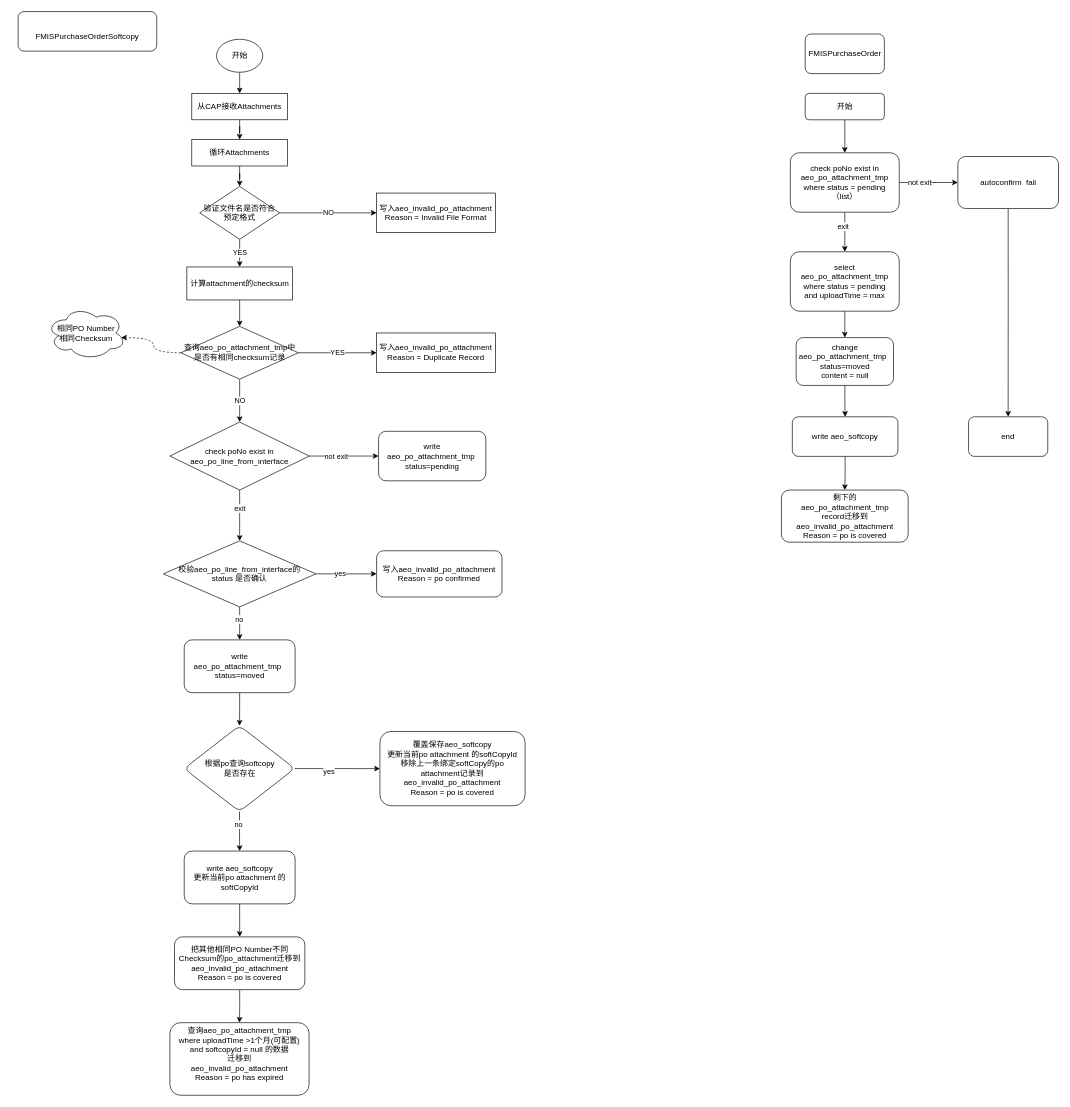
This is po_atta.drawio from 1119132473/doc, a draw.io file, before an edit. Source tidied: cells renumbered, new cells numbered last; positions are measured from the earlier drawing's top-left corner, leaving out a move shared by most shapes. Both pictures are drawn from the tidied source at 66%, with x=0, y=0 at pixel (18, 11).
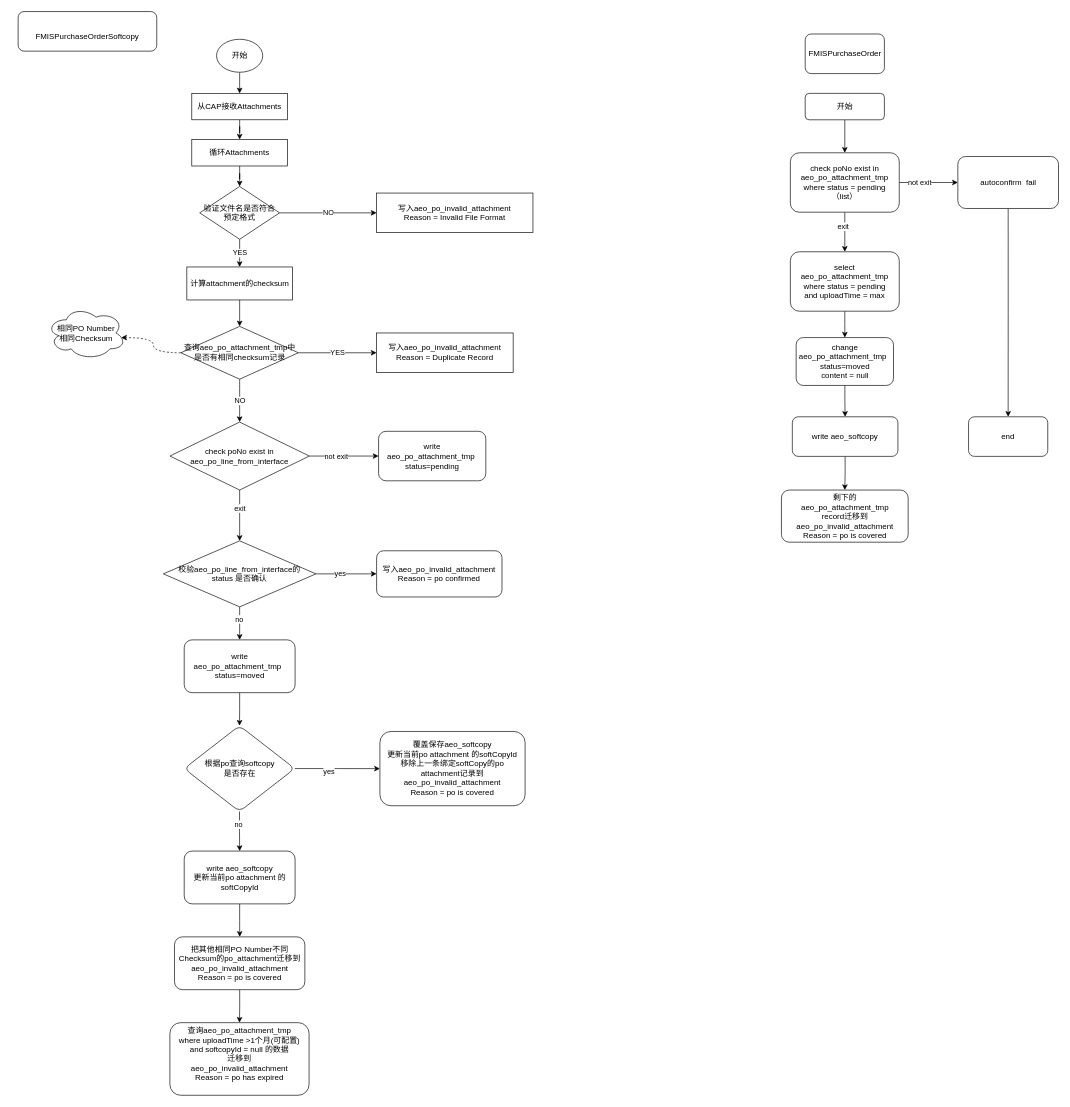
The same diagram, later.

What changed in the source:
```diff
@@
-    <mxCell id="27" value="写入aeo_invalid_po_attachment&lt;br&gt;Reason = Invalid File Format" style="rounded=0;whiteSpace=wrap;html=1;" parent="1" vertex="1">
-      <mxGeometry x="543.1" y="275" width="180" height="60" as="geometry" />
+    <mxCell id="27" value="写入aeo_po_invalid_attachment&lt;br&gt;Reason = Invalid File Format" style="rounded=0;whiteSpace=wrap;html=1;" parent="1" vertex="1">
+      <mxGeometry x="543.1" y="275" width="236.9" height="60" as="geometry" />
     </mxCell>
@@
-    <mxCell id="35" value="写入aeo_invalid_po_attachment&lt;br&gt;Reason = Duplicate Record" style="rounded=0;whiteSpace=wrap;html=1;" parent="1" vertex="1">
-      <mxGeometry x="543.1" y="487" width="180" height="60" as="geometry" />
+    <mxCell id="35" value="写入aeo_po_invalid_attachment&lt;br&gt;Reason = Duplicate Record" style="rounded=0;whiteSpace=wrap;html=1;" parent="1" vertex="1">
+      <mxGeometry x="543.1" y="487" width="206.9" height="60" as="geometry" />
     </mxCell>
@@
-    <mxCell id="47" value="写入aeo_invalid_po_attachment&lt;br&gt;Reason = &lt;span class=&quot;HwtZe&quot; lang=&quot;en&quot;&gt;&lt;span class=&quot;jCAhz ChMk0b&quot;&gt;&lt;span class=&quot;ryNqvb&quot;&gt;po confirmed&lt;/span&gt;&lt;/span&gt;&lt;/span&gt; " style="rounded=1;whiteSpace=wrap;html=1;" parent="1" vertex="1">
+    <mxCell id="47" value="写入aeo_po_invalid_attachment&lt;br&gt;Reason = &lt;span class=&quot;HwtZe&quot; lang=&quot;en&quot;&gt;&lt;span class=&quot;jCAhz ChMk0b&quot;&gt;&lt;span class=&quot;ryNqvb&quot;&gt;po confirmed&lt;/span&gt;&lt;/span&gt;&lt;/span&gt; " style="rounded=1;whiteSpace=wrap;html=1;" parent="1" vertex="1">
       <mxGeometry x="543.1" y="817" width="190" height="70" as="geometry" />
     </mxCell>
@@
-    <mxCell id="55" value="&lt;div&gt;覆盖保存aeo_softcopy&lt;/div&gt;&lt;div&gt;更新当前po attachment 的softCopyId&lt;/div&gt;&lt;div&gt;移除上一条绑定softCopy的po attachment记录到&lt;/div&gt;&lt;div&gt;aeo_invalid_po_attachment&lt;br&gt;Reason = &lt;span class=&quot;HwtZe&quot; lang=&quot;en&quot;&gt;&lt;span class=&quot;jCAhz ChMk0b&quot;&gt;&lt;span class=&quot;ryNqvb&quot;&gt;po is covered&lt;/span&gt;&lt;/span&gt;&lt;/span&gt;&lt;/div&gt;" style="rounded=1;whiteSpace=wrap;html=1;" parent="1" vertex="1">
+    <mxCell id="55" value="&lt;div&gt;覆盖保存aeo_softcopy&lt;/div&gt;&lt;div&gt;更新当前po attachment 的softCopyId&lt;/div&gt;&lt;div&gt;移除上一条绑定softCopy的po attachment记录到&lt;/div&gt;&lt;div&gt;aeo_po_invalid_attachment&lt;br&gt;Reason = &lt;span class=&quot;HwtZe&quot; lang=&quot;en&quot;&gt;&lt;span class=&quot;jCAhz ChMk0b&quot;&gt;&lt;span class=&quot;ryNqvb&quot;&gt;po is covered&lt;/span&gt;&lt;/span&gt;&lt;/span&gt;&lt;/div&gt;" style="rounded=1;whiteSpace=wrap;html=1;" parent="1" vertex="1">
       <mxGeometry x="548.1" y="1090.8" width="220" height="112.5" as="geometry" />
     </mxCell>
@@
-    <mxCell id="58" value="&lt;div&gt;查询aeo_po_attachment_tmp &lt;br&gt;&lt;/div&gt;&lt;div&gt;where uploadTime &amp;gt;1个月(可配置)&lt;/div&gt;&lt;div&gt;and softcopyId = null 的数据&lt;/div&gt;&lt;div&gt;迁移到&lt;/div&gt;&lt;div&gt;aeo_invalid_po_attachment&lt;br&gt;Reason = &lt;span class=&quot;HwtZe&quot; lang=&quot;en&quot;&gt;&lt;span class=&quot;jCAhz ChMk0b&quot;&gt;&lt;span class=&quot;ryNqvb&quot;&gt;po has expired&lt;/span&gt;&lt;/span&gt;&lt;/span&gt;&lt;/div&gt;&lt;div&gt;&lt;br&gt;&lt;/div&gt;" style="rounded=1;whiteSpace=wrap;html=1;" parent="1" vertex="1">
+    <mxCell id="58" value="&lt;div&gt;查询aeo_po_attachment_tmp &lt;br&gt;&lt;/div&gt;&lt;div&gt;where uploadTime &amp;gt;1个月(可配置)&lt;/div&gt;&lt;div&gt;and softcopyId = null 的数据&lt;/div&gt;&lt;div&gt;迁移到&lt;/div&gt;&lt;div&gt;aeo_po_invalid_attachment&lt;br&gt;Reason = &lt;span class=&quot;HwtZe&quot; lang=&quot;en&quot;&gt;&lt;span class=&quot;jCAhz ChMk0b&quot;&gt;&lt;span class=&quot;ryNqvb&quot;&gt;po has expired&lt;/span&gt;&lt;/span&gt;&lt;/span&gt;&lt;/div&gt;&lt;div&gt;&lt;br&gt;&lt;/div&gt;" style="rounded=1;whiteSpace=wrap;html=1;" parent="1" vertex="1">
       <mxGeometry x="229.9" y="1532" width="210.9" height="110" as="geometry" />
     </mxCell>
@@
-    <mxCell id="62" value="把其他相同PO Number不同Checksum的po_attachment迁移到aeo_invalid_po_attachment&lt;br&gt;Reason = &lt;span class=&quot;HwtZe&quot; lang=&quot;en&quot;&gt;&lt;span class=&quot;jCAhz ChMk0b&quot;&gt;&lt;span class=&quot;ryNqvb&quot;&gt;po is covered&lt;/span&gt;&lt;/span&gt;&lt;/span&gt;" style="rounded=1;whiteSpace=wrap;html=1;" parent="1" vertex="1">
+    <mxCell id="62" value="把其他相同PO Number不同Checksum的po_attachment迁移到aeo_po_invalid_attachment&lt;br&gt;Reason = &lt;span class=&quot;HwtZe&quot; lang=&quot;en&quot;&gt;&lt;span class=&quot;jCAhz ChMk0b&quot;&gt;&lt;span class=&quot;ryNqvb&quot;&gt;po is covered&lt;/span&gt;&lt;/span&gt;&lt;/span&gt;" style="rounded=1;whiteSpace=wrap;html=1;" parent="1" vertex="1">
       <mxGeometry x="236.9" y="1402" width="197.5" height="80" as="geometry" />
     </mxCell>
-    <mxCell id="63" value="&lt;div&gt;剩下的&lt;/div&gt;&lt;div&gt;aeo_po_attachment_tmp&lt;/div&gt;&lt;div&gt;record迁移到aeo_invalid_po_attachment&lt;br&gt;Reason = &lt;span class=&quot;HwtZe&quot; lang=&quot;en&quot;&gt;&lt;span class=&quot;jCAhz ChMk0b&quot;&gt;&lt;span class=&quot;ryNqvb&quot;&gt;po is covered&lt;/span&gt;&lt;/span&gt;&lt;/span&gt;&lt;/div&gt;" style="whiteSpace=wrap;html=1;rounded=1;" parent="1" vertex="1">
+    <mxCell id="63" value="&lt;div&gt;剩下的&lt;/div&gt;&lt;div&gt;aeo_po_attachment_tmp&lt;/div&gt;&lt;div&gt;record迁移到aeo_po_invalid_attachment&lt;br&gt;Reason = &lt;span class=&quot;HwtZe&quot; lang=&quot;en&quot;&gt;&lt;span class=&quot;jCAhz ChMk0b&quot;&gt;&lt;span class=&quot;ryNqvb&quot;&gt;po is covered&lt;/span&gt;&lt;/span&gt;&lt;/span&gt;&lt;/div&gt;" style="whiteSpace=wrap;html=1;rounded=1;" parent="1" vertex="1">
       <mxGeometry x="1156.5" y="725" width="192" height="79" as="geometry" />
     </mxCell>
```
